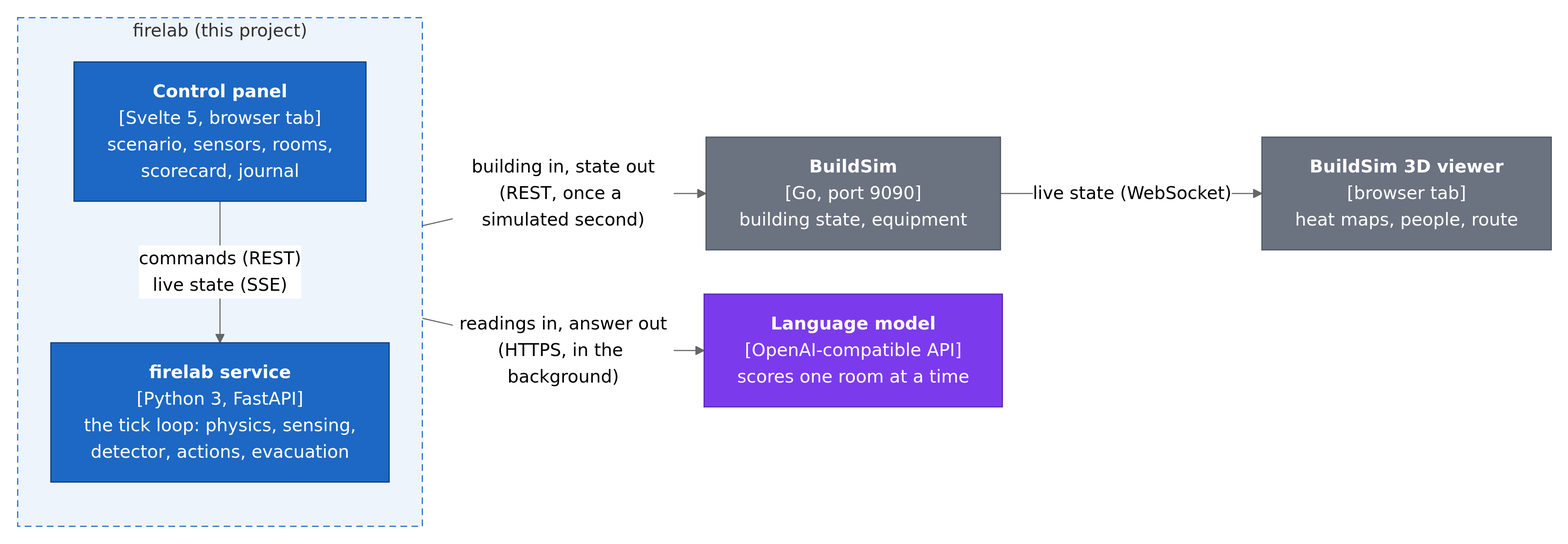
Above: firelab/Embedded_Intelligence_at_the_edge_Project_Proposal/images/container.png in Ekpenyong-Esu/BuildSim-FireDetection (Mermaid), before the change. Its source is kept beside it as firelab/Embedded_Intelligence_at_the_edge_Project_Proposal/images/container.mmd.
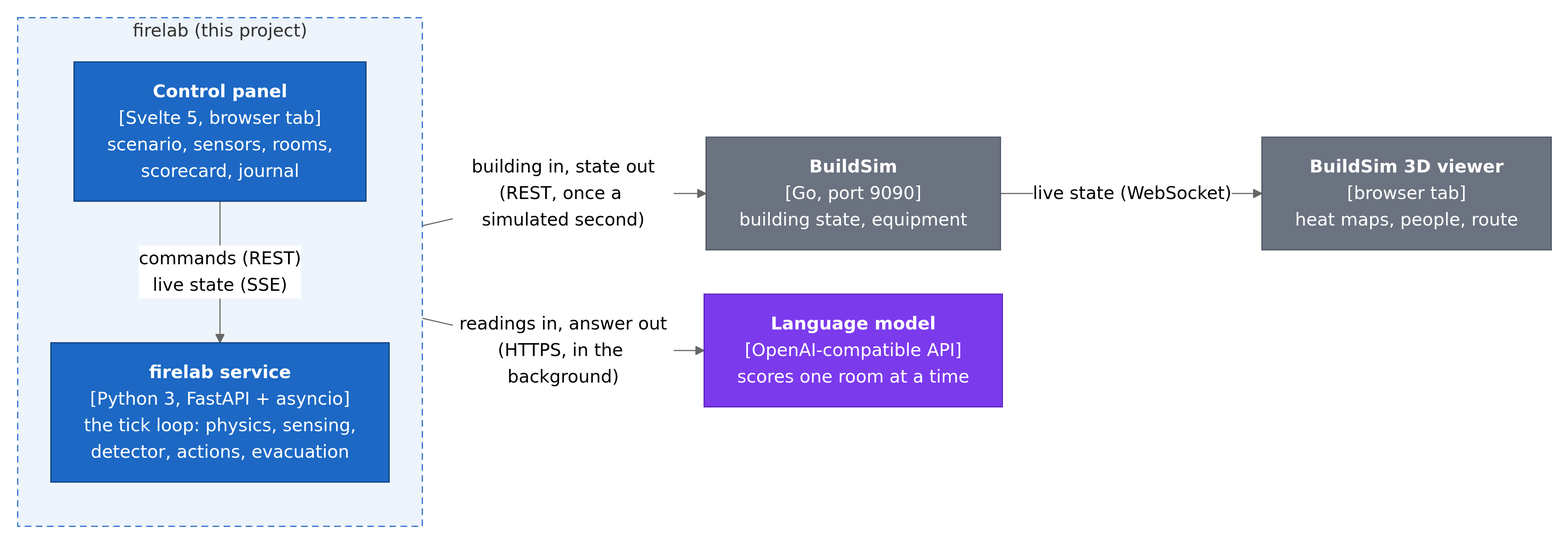
The same file after the commit.

The edit, as a diff of the source:
```diff
@@ -3,7 +3,7 @@
   subgraph SYS["firelab (this project)"]
     direction TB
     UI["<b>Control panel</b><br/>[Svelte 5, browser tab]<br/>scenario, sensors, rooms,<br/>scorecard, journal"]
-    SVC["<b>firelab service</b><br/>[Python 3, FastAPI]<br/>the tick loop: physics, sensing,<br/>detector, actions, evacuation"]
+    SVC["<b>firelab service</b><br/>[Python 3, FastAPI + asyncio]<br/>the tick loop: physics, sensing,<br/>detector, actions, evacuation"]
     UI -- "commands (REST)<br/>live state (SSE)" --> SVC
   end
   BS["<b>BuildSim</b><br/>[Go, port 9090]<br/>building state, equipment"]
```
